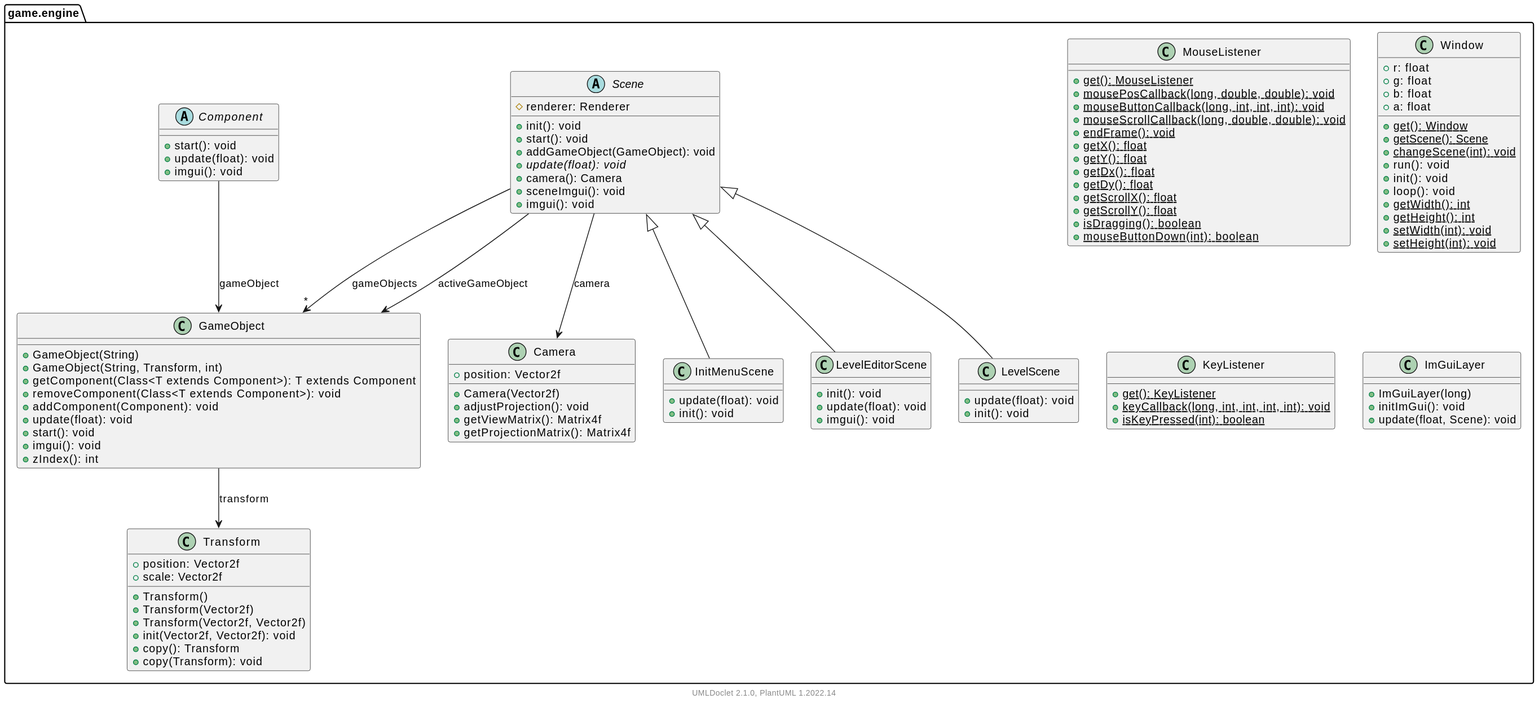
Before: doc/javadoc/game/engine/package.svg, a diagram exported from PlantUML (Hirschiii/JavaGameEngine). Source of this version:
```plantuml
@startuml
    namespace game.engine {

        class MouseListener [[MouseListener.html]] {
            {static} +get(): MouseListener
            {static} +mousePosCallback(long, double, double): void
            {static} +mouseButtonCallback(long, int, int, int): void
            {static} +mouseScrollCallback(long, double, double): void
            {static} +endFrame(): void
            {static} +getX(): float
            {static} +getY(): float
            {static} +getDx(): float
            {static} +getDy(): float
            {static} +getScrollX(): float
            {static} +getScrollY(): float
            {static} +isDragging(): boolean
            {static} +mouseButtonDown(int): boolean
        }

        class InitMenuScene [[InitMenuScene.html]] {
            +update(float): void
            +init(): void
        }

        class Window [[Window.html]] {
            +r: float
            +g: float
            +b: float
            +a: float
            {static} +get(): Window
            {static} +getScene(): Scene
            {static} +changeScene(int): void
            +run(): void
            +init(): void
            +loop(): void
            {static} +getWidth(): int
            {static} +getHeight(): int
            {static} +setWidth(int): void
            {static} +setHeight(int): void
        }

        class Transform [[Transform.html]] {
            +position: Vector2f
            +scale: Vector2f
            +Transform()
            +Transform(Vector2f)
            +Transform(Vector2f, Vector2f)
            +init(Vector2f, Vector2f): void
            +copy(): Transform
            +copy(Transform): void
        }

        class LevelEditorScene [[LevelEditorScene.html]] {
            +init(): void
            +update(float): void
            +imgui(): void
        }

        class KeyListener [[KeyListener.html]] {
            {static} +get(): KeyListener
            {static} +keyCallback(long, int, int, int, int): void
            {static} +isKeyPressed(int): boolean
        }

        class LevelScene [[LevelScene.html]] {
            +update(float): void
            +init(): void
        }

        abstract class Component [[Component.html]] {
            +start(): void
            +update(float): void
            +imgui(): void
        }

        abstract class Scene [[Scene.html]] {
            #renderer: Renderer
            +init(): void
            +start(): void
            +addGameObject(GameObject): void
            {abstract} +update(float): void
            +camera(): Camera
            +sceneImgui(): void
            +imgui(): void
        }

        class ImGuiLayer [[ImGuiLayer.html]] {
            +ImGuiLayer(long)
            +initImGui(): void
            +update(float, Scene): void
        }

        class GameObject [[GameObject.html]] {
            +GameObject(String)
            +GameObject(String, Transform, int)
            +getComponent(Class<T extends Component>): T extends Component
            +removeComponent(Class<T extends Component>): void
            +addComponent(Component): void
            +update(float): void
            +start(): void
            +imgui(): void
            +zIndex(): int
        }

        class Camera [[Camera.html]] {
            +position: Vector2f
            +Camera(Vector2f)
            +adjustProjection(): void
            +getViewMatrix(): Matrix4f
            +getProjectionMatrix(): Matrix4f
        }

        Scene <|-- InitMenuScene
        Scene <|-- LevelEditorScene
        Scene <|-- LevelScene
        Component --> GameObject: gameObject
        Scene --> Camera: camera
        Scene --> "*" GameObject: gameObjects
        Scene --> GameObject: activeGameObject
        GameObject --> Transform: transform
    }

    center footer UMLDoclet 2.1.0, PlantUML %version()
@enduml
```
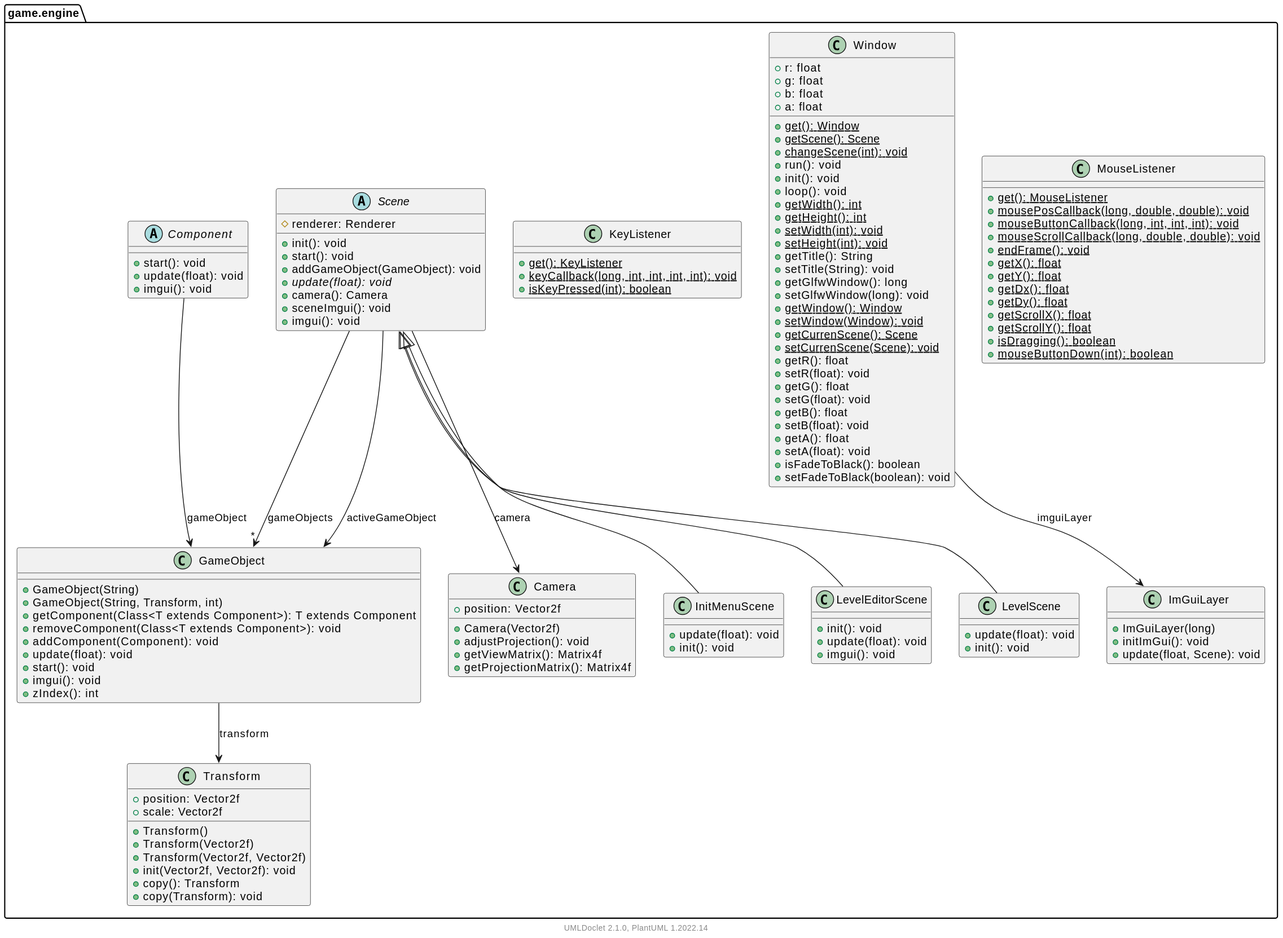
After the change.

Change to the diagram source:
```diff
@@ -37,6 +37,24 @@
             {static} +getHeight(): int
             {static} +setWidth(int): void
             {static} +setHeight(int): void
+            +getTitle(): String
+            +setTitle(String): void
+            +getGlfwWindow(): long
+            +setGlfwWindow(long): void
+            {static} +getWindow(): Window
+            {static} +setWindow(Window): void
+            {static} +getCurrenScene(): Scene
+            {static} +setCurrenScene(Scene): void
+            +getR(): float
+            +setR(float): void
+            +getG(): float
+            +setG(float): void
+            +getB(): float
+            +setB(float): void
+            +getA(): float
+            +setA(float): void
+            +isFadeToBlack(): boolean
+            +setFadeToBlack(boolean): void
         }
 
         class Transform [[Transform.html]] {
@@ -111,6 +129,7 @@
         }
 
         Scene <|-- InitMenuScene
+        Window --> ImGuiLayer: imguiLayer
         Scene <|-- LevelEditorScene
         Scene <|-- LevelScene
         Component --> GameObject: gameObject
```
